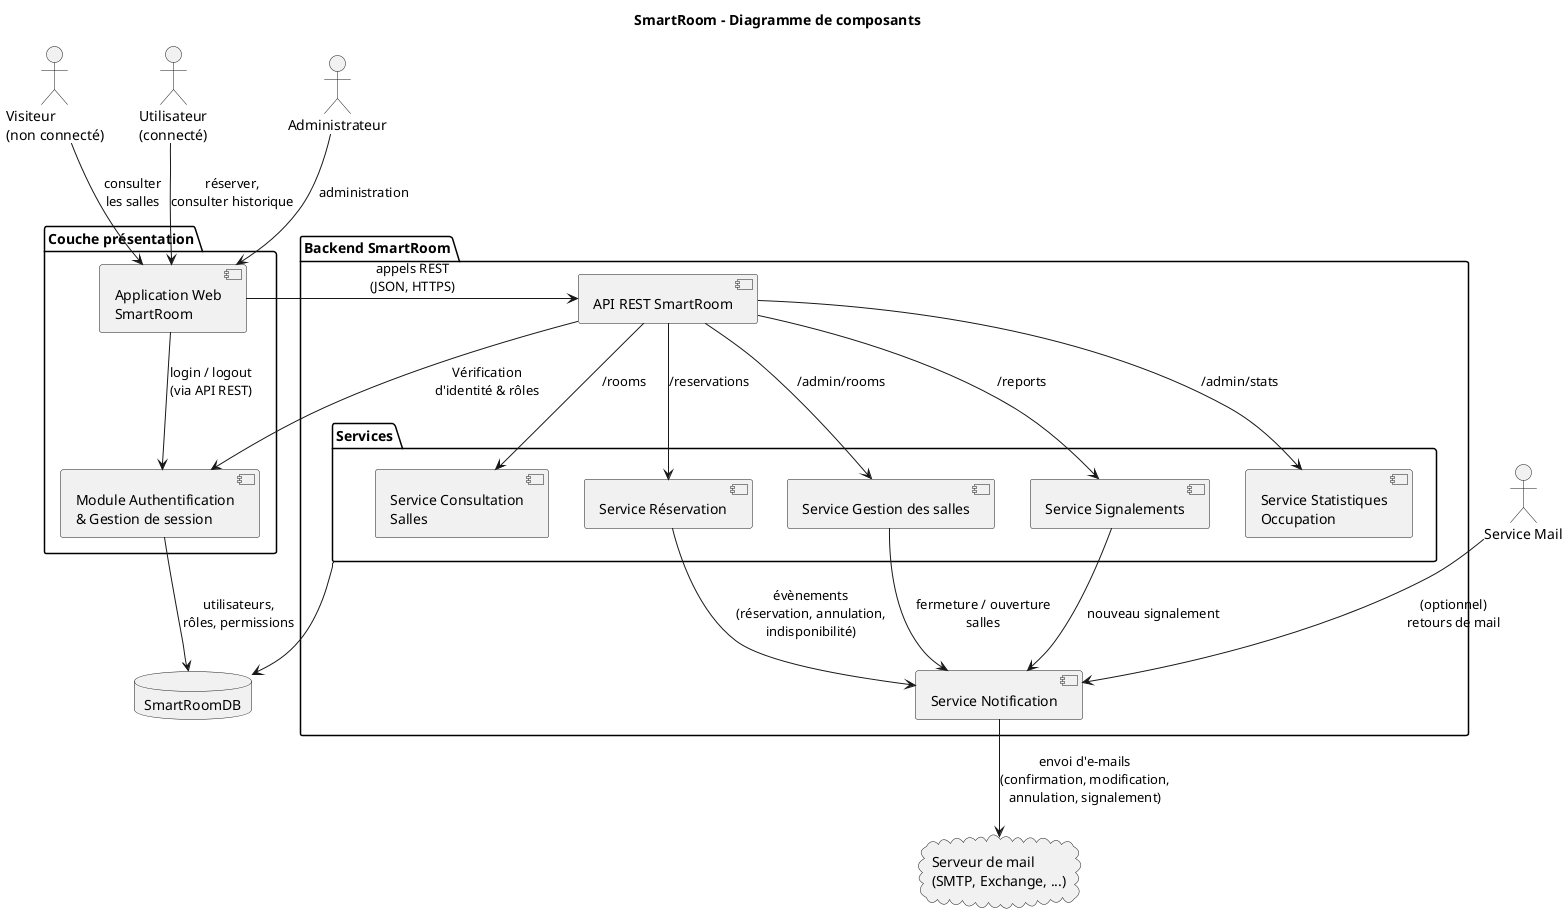
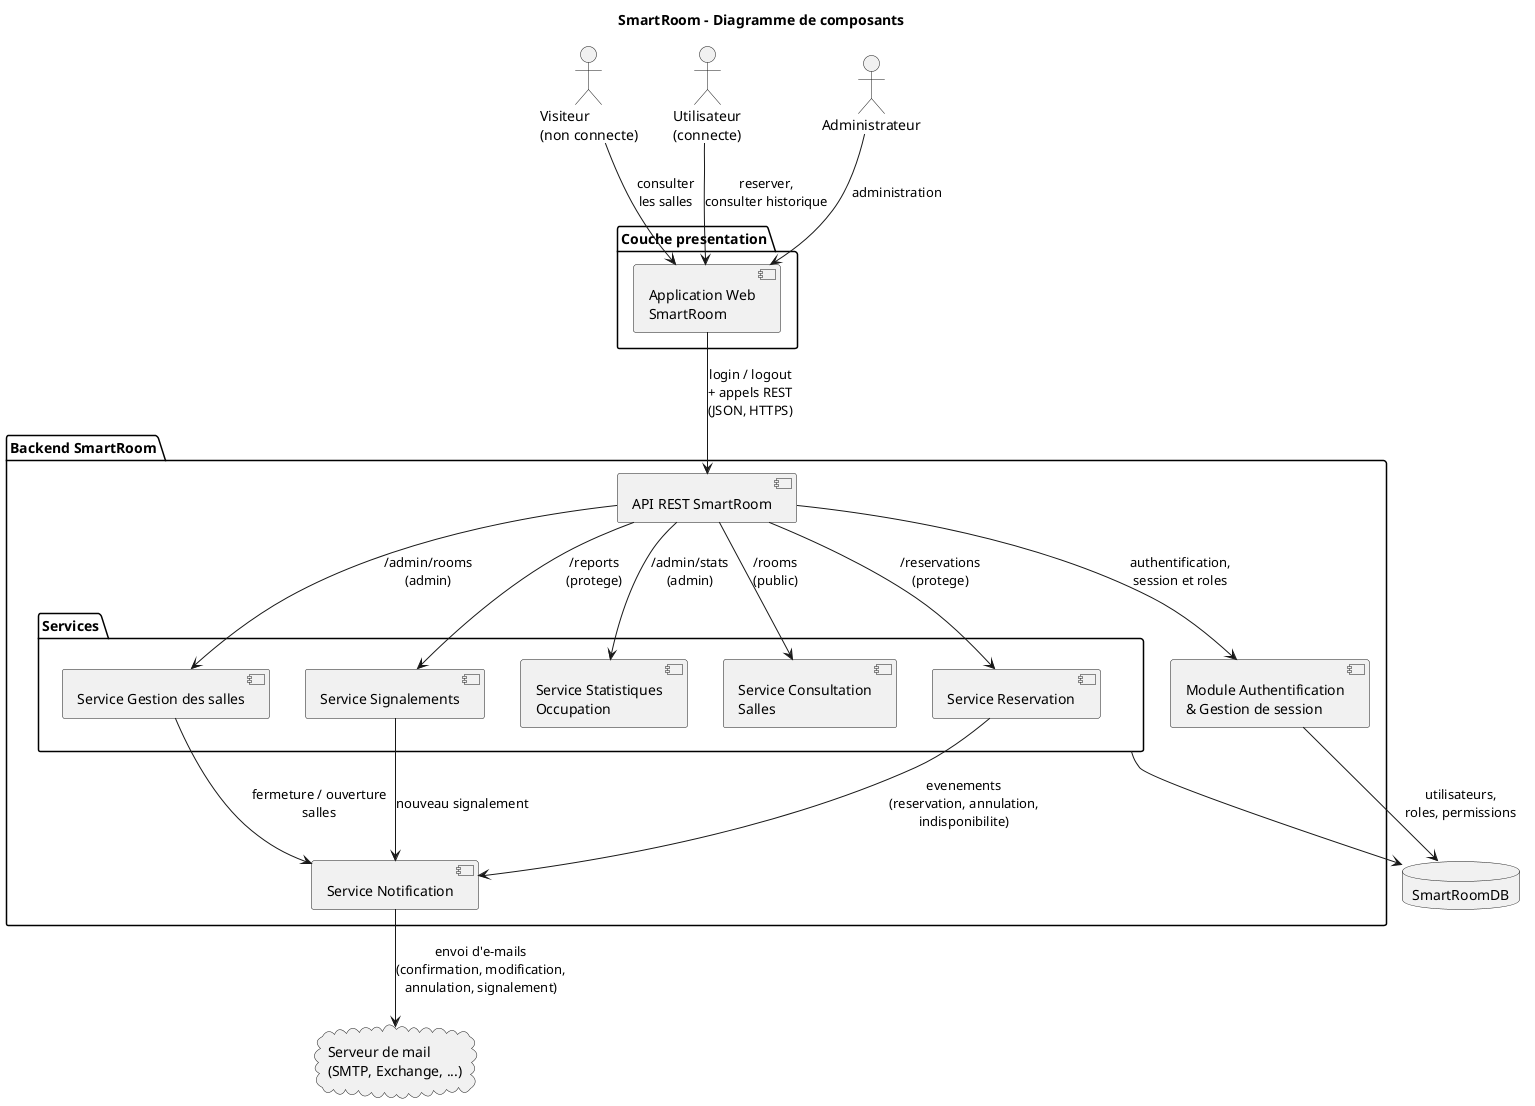
@startuml SmartRoom_Components_Diagram
title SmartRoom - Diagramme de composants

' ==== Acteurs externes ====
- actor "Visiteur\n(non connecté)" as Visiteur
- actor "Utilisateur\n(connecté)" as User
+ actor "Visiteur\n(non connecte)" as Visiteur
+ actor "Utilisateur\n(connecte)" as User
actor "Administrateur" as Admin
- actor "Service Mail" as MailActor

- ' ==== Couche présentation ====
- package "Couche présentation" {
+ ' ==== Couche presentation ====
+ package "Couche presentation" {
  [Application Web\nSmartRoom] as WebApp
-   [Module Authentification\n& Gestion de session] as AuthModule
}

- ' ==== Backend métier ====
+ ' ==== Backend metier ====
package "Backend SmartRoom" {

  [API REST SmartRoom] as Api
+   [Module Authentification\n& Gestion de session] as AuthModule

  package "Services" {
    [Service Consultation\nSalles] as ConsultationSvc
-     [Service Réservation] as ReservationSvc
+     [Service Reservation] as ReservationSvc
    [Service Gestion des salles] as RoomMgmtSvc
    [Service Signalements] as ReportSvc
    [Service Statistiques\nOccupation] as StatsSvc
  }
  [Service Notification] as NotifSvc

}

- ' ==== Données & systèmes externes ====
+ ' ==== Donnees & systemes externes ====
database "SmartRoomDB" as DB
cloud "Serveur de mail\n(SMTP, Exchange, ...)" as MailServer

' ==== Interactions acteurs -> UI ====
Visiteur --> WebApp : consulter\nles salles
- User --> WebApp : réserver,\nconsulter historique
+ User --> WebApp : reserver,\nconsulter historique
Admin --> WebApp : administration

- MailActor --> NotifSvc : (optionnel)\nretours de mail
+ ' ==== Interactions UI -> Backend ====
+ WebApp --> Api : login / logout\n+ appels REST\n(JSON, HTTPS)

- ' ==== Interactions UI -> Backend ====
- WebApp --> AuthModule : login / logout\n(via API REST)
- WebApp --> Api : appels REST\n(JSON, HTTPS)
+ ' ==== API REST : authentification / autorisation ====
+ Api --> AuthModule : authentification,\nsession et roles
+ AuthModule --> DB : utilisateurs,\nroles, permissions

- ' ==== API REST : vérification de l'accès ====
- Api --> AuthModule : Vérification\nd'identité & rôles
- AuthModule --> DB : utilisateurs,\nrôles, permissions
+ ' ==== API -> Services metier ====
+ Api --> ConsultationSvc : /rooms\n(public)
+ Api --> ReservationSvc : /reservations\n(protege)
+ Api --> RoomMgmtSvc : /admin/rooms\n(admin)
+ Api --> ReportSvc : /reports\n(protege)
+ Api --> StatsSvc : /admin/stats\n(admin)

- ' ==== API -> Services métier (seulement si autorisé) ====
- Api --> ConsultationSvc : /rooms
- Api --> ReservationSvc : /reservations
- Api --> RoomMgmtSvc : /admin/rooms
- Api --> ReportSvc : /reports
- Api --> StatsSvc : /admin/stats
- 
- ' ==== Services métier -> Données ====
+ ' ==== Services metier -> Donnees ====
Services --> DB

' ==== Notifications ====
- ReservationSvc --> NotifSvc : évènements\n(réservation, annulation,\nindisponibilité)
+ ReservationSvc --> NotifSvc : evenements\n(reservation, annulation,\nindisponibilite)
RoomMgmtSvc --> NotifSvc : fermeture / ouverture\nsalles
ReportSvc --> NotifSvc : nouveau signalement

NotifSvc --> MailServer : envoi d'e-mails\n(confirmation, modification,\nannulation, signalement)

@enduml
